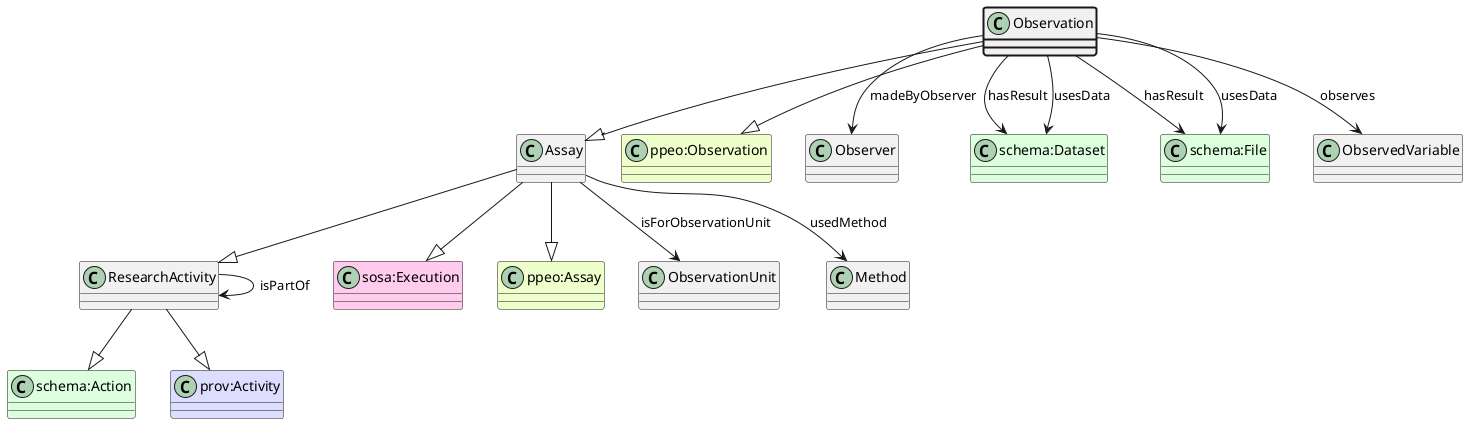
The PlantUML diagram ttl_uml/ttl_appn_Observation.png in aus-plant-phenomics-network/appn-schema, before a commit.
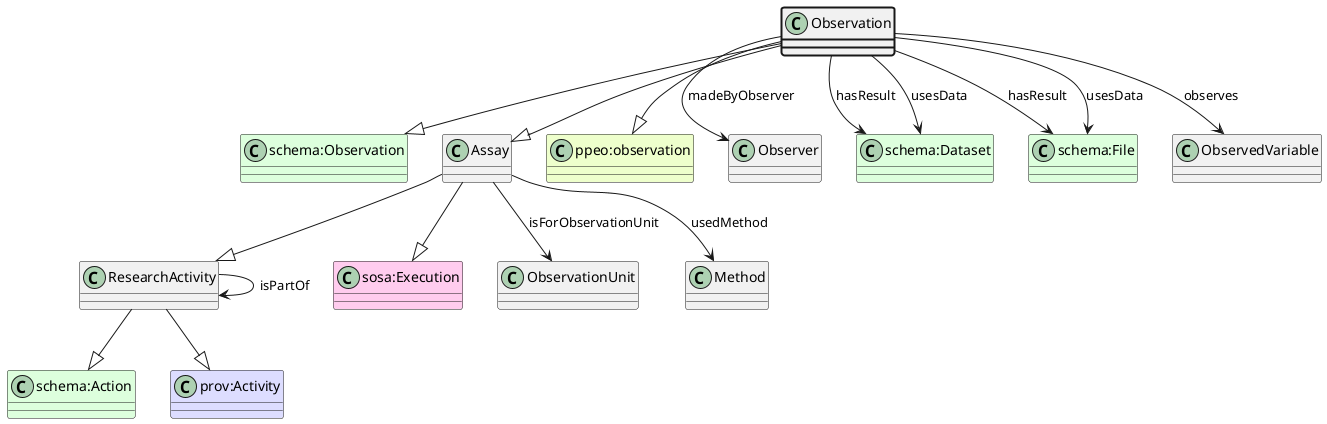
After the commit.

Change to the diagram source:
```diff
@@ -1,5 +1,7 @@
 @startuml
 class Observation  #line.bold
+class "schema:Observation" #DDFFDD
+Observation --|> "schema:Observation"
 class Assay
 class ResearchActivity
 class "schema:Action" #DDFFDD
@@ -9,11 +11,9 @@
 Assay --|> ResearchActivity
 class "sosa:Execution" #FFCCEE
 Assay --|> "sosa:Execution"
-class "ppeo:Assay" #EEFFCC
-Assay --|> "ppeo:Assay"
 Observation --|> Assay
-class "ppeo:Observation" #EEFFCC
-Observation --|> "ppeo:Observation"
+class "ppeo:observation" #EEFFCC
+Observation --|> "ppeo:observation"
 class Observer
 Observation --> Observer : madeByObserver
 class "schema:Dataset" #DDFFDD
```
